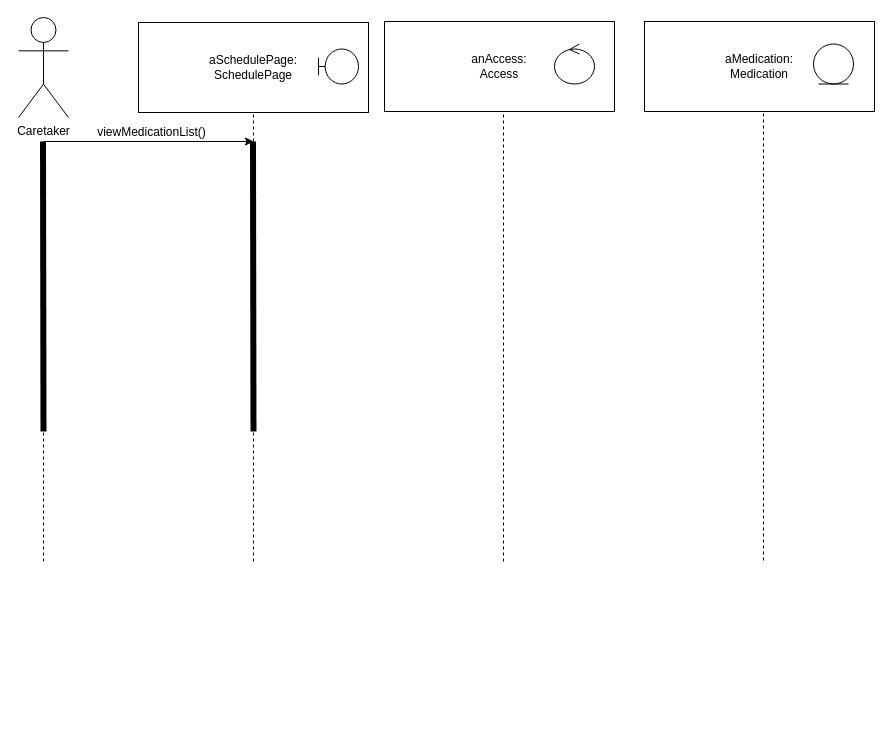
justn0thinghere/drawio keeps this draw.io diagram as wia2002tuto6q6.drawio. Above is the earlier version. Source tidied: cells renumbered, new cells numbered last; positions are measured from the earlier drawing's top-left corner, leaving out a move shared by most shapes. Both pictures are drawn from the tidied source at 100%, with x=0, y=0 at pixel (18, 17).
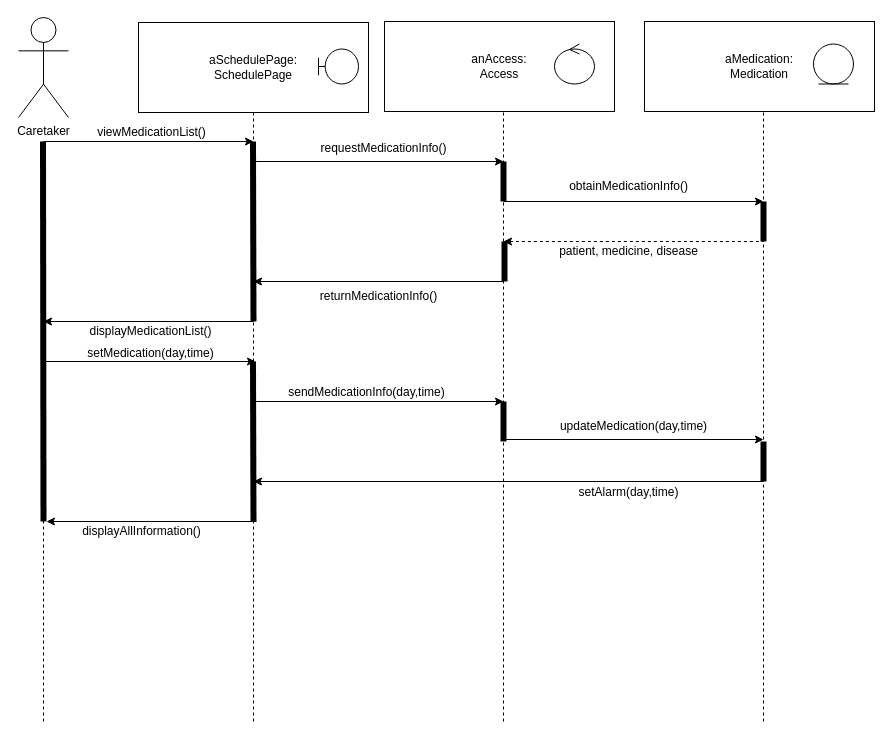
After the change.

Unchanged cells that the change refers to:
```xml
<mxCell id="2" value="aSchedulePage:&lt;div&gt;SchedulePage&lt;/div&gt;" style="html=1;whiteSpace=wrap;" parent="1" vertex="1">
  <mxGeometry x="120" y="5" width="230" height="90" as="geometry" />
</mxCell>
```

What changed in the source:
```diff
@@
     <mxCell id="9" style="endArrow=none;html=1;rounded=0;dashed=1;" parent="1" edge="1">
       <mxGeometry relative="1" as="geometry">
-        <mxPoint x="25" y="544" as="sourcePoint" />
+        <mxPoint x="25" y="704" as="sourcePoint" />
         <mxPoint x="25" y="124" as="targetPoint" />
       </mxGeometry>
     </mxCell>
     <mxCell id="10" style="endArrow=none;html=1;rounded=0;dashed=1;entryX=0.5;entryY=1;entryDx=0;entryDy=0;" parent="1" edge="1" target="2">
       <mxGeometry relative="1" as="geometry">
-        <mxPoint x="235" y="544" as="sourcePoint" />
+        <mxPoint x="235" y="704" as="sourcePoint" />
       </mxGeometry>
     </mxCell>
     <mxCell id="11" style="endArrow=none;html=1;rounded=0;dashed=1;entryX=0.5;entryY=1;entryDx=0;entryDy=0;" parent="1" edge="1">
       <mxGeometry relative="1" as="geometry">
-        <mxPoint x="485" y="544" as="sourcePoint" />
+        <mxPoint x="485" y="704" as="sourcePoint" />
         <mxPoint x="485" y="95" as="targetPoint" />
       </mxGeometry>
     </mxCell>
     <mxCell id="12" style="endArrow=none;html=1;rounded=0;dashed=1;entryX=0.5;entryY=1;entryDx=0;entryDy=0;" parent="1" edge="1">
       <mxGeometry relative="1" as="geometry">
-        <mxPoint x="745" y="543" as="sourcePoint" />
+        <mxPoint x="745" y="704" as="sourcePoint" />
         <mxPoint x="745" y="94" as="targetPoint" />
       </mxGeometry>
     </mxCell>
     <mxCell id="13" style="endArrow=none;html=1;rounded=0;strokeWidth=6;" parent="1" edge="1">
       <mxGeometry relative="1" as="geometry">
-        <mxPoint x="25" y="414" as="sourcePoint" />
+        <mxPoint x="25" y="504" as="sourcePoint" />
         <mxPoint x="24.5" y="124" as="targetPoint" />
       </mxGeometry>
     </mxCell>
     <mxCell id="14" style="endArrow=none;html=1;rounded=0;strokeWidth=6;" parent="1" edge="1">
       <mxGeometry relative="1" as="geometry">
-        <mxPoint x="235" y="414" as="sourcePoint" />
+        <mxPoint x="235" y="304" as="sourcePoint" />
         <mxPoint x="234.5" y="124" as="targetPoint" />
       </mxGeometry>
     </mxCell>
@@
+    <mxCell id="17" style="endArrow=none;html=1;rounded=0;strokeWidth=6;" parent="1" edge="1">
+      <mxGeometry relative="1" as="geometry">
+        <mxPoint x="485" y="184" as="sourcePoint" />
+        <mxPoint x="485" y="144" as="targetPoint" />
+      </mxGeometry>
+    </mxCell>
+    <mxCell id="18" style="endArrow=classic;html=1;rounded=0;" parent="1" edge="1">
+      <mxGeometry relative="1" as="geometry">
+        <mxPoint x="235" y="144" as="sourcePoint" />
+        <mxPoint x="485" y="144" as="targetPoint" />
+      </mxGeometry>
+    </mxCell>
+    <mxCell id="19" value="requestMedicationInfo()" style="text;html=1;align=center;verticalAlign=middle;strokeColor=none;fillColor=none;" parent="1" vertex="1">
+      <mxGeometry x="290" y="116" width="150" height="30" as="geometry" />
+    </mxCell>
+    <mxCell id="20" value="obtainMedicationInfo()" style="text;html=1;align=center;verticalAlign=middle;strokeColor=none;fillColor=none;" parent="1" vertex="1">
+      <mxGeometry x="540" y="154" width="140" height="30" as="geometry" />
+    </mxCell>
+    <mxCell id="21" style="endArrow=none;html=1;rounded=0;strokeWidth=6;" parent="1" edge="1">
+      <mxGeometry relative="1" as="geometry">
+        <mxPoint x="745" y="224" as="sourcePoint" />
+        <mxPoint x="745" y="184" as="targetPoint" />
+      </mxGeometry>
+    </mxCell>
+    <mxCell id="22" style="endArrow=classic;html=1;rounded=0;" parent="1" edge="1">
+      <mxGeometry relative="1" as="geometry">
+        <mxPoint x="485" y="184" as="sourcePoint" />
+        <mxPoint x="745" y="184" as="targetPoint" />
+      </mxGeometry>
+    </mxCell>
+    <mxCell id="23" style="endArrow=none;html=1;rounded=0;strokeWidth=6;" parent="1" edge="1">
+      <mxGeometry relative="1" as="geometry">
+        <mxPoint x="486" y="264" as="sourcePoint" />
+        <mxPoint x="486" y="224" as="targetPoint" />
+      </mxGeometry>
+    </mxCell>
+    <mxCell id="24" style="endArrow=none;html=1;rounded=0;endFill=0;startArrow=classic;startFill=1;dashed=1;" parent="1" edge="1">
+      <mxGeometry relative="1" as="geometry">
+        <mxPoint x="485" y="224" as="sourcePoint" />
+        <mxPoint x="745" y="224" as="targetPoint" />
+      </mxGeometry>
+    </mxCell>
+    <mxCell id="25" value="patient, medicine, disease" style="text;html=1;align=center;verticalAlign=middle;strokeColor=none;fillColor=none;" parent="1" vertex="1">
+      <mxGeometry x="530" y="219" width="160" height="30" as="geometry" />
+    </mxCell>
+    <mxCell id="26" style="endArrow=none;html=1;rounded=0;endFill=0;startArrow=classic;startFill=1;" parent="1" edge="1">
+      <mxGeometry relative="1" as="geometry">
+        <mxPoint x="235" y="264" as="sourcePoint" />
+        <mxPoint x="485" y="264" as="targetPoint" />
+      </mxGeometry>
+    </mxCell>
+    <mxCell id="27" value="returnMedicationInfo()" style="text;html=1;align=center;verticalAlign=middle;strokeColor=none;fillColor=none;" parent="1" vertex="1">
+      <mxGeometry x="290" y="264" width="140" height="30" as="geometry" />
+    </mxCell>
+    <mxCell id="28" style="endArrow=none;html=1;rounded=0;endFill=0;startArrow=classic;startFill=1;" parent="1" edge="1">
+      <mxGeometry relative="1" as="geometry">
+        <mxPoint x="25" y="304" as="sourcePoint" />
+        <mxPoint x="235" y="304" as="targetPoint" />
+      </mxGeometry>
+    </mxCell>
+    <mxCell id="29" value="displayMedicationList()" style="text;html=1;align=center;verticalAlign=middle;strokeColor=none;fillColor=none;" parent="1" vertex="1">
+      <mxGeometry x="57" y="299" width="150" height="30" as="geometry" />
+    </mxCell>
+    <mxCell id="30" style="endArrow=none;html=1;rounded=0;strokeWidth=6;" parent="1" edge="1">
+      <mxGeometry relative="1" as="geometry">
+        <mxPoint x="235" y="504" as="sourcePoint" />
+        <mxPoint x="234.5" y="344" as="targetPoint" />
+      </mxGeometry>
+    </mxCell>
+    <mxCell id="31" style="endArrow=classic;html=1;rounded=0;" parent="1" edge="1">
+      <mxGeometry relative="1" as="geometry">
+        <mxPoint x="27" y="344" as="sourcePoint" />
+        <mxPoint x="237" y="344" as="targetPoint" />
+      </mxGeometry>
+    </mxCell>
+    <mxCell id="32" value="setMedication(day,time)" style="text;html=1;align=center;verticalAlign=middle;strokeColor=none;fillColor=none;" parent="1" vertex="1">
+      <mxGeometry x="57" y="321" width="150" height="30" as="geometry" />
+    </mxCell>
+    <mxCell id="33" style="endArrow=none;html=1;rounded=0;strokeWidth=6;" parent="1" edge="1">
+      <mxGeometry relative="1" as="geometry">
+        <mxPoint x="485" y="424" as="sourcePoint" />
+        <mxPoint x="485" y="384" as="targetPoint" />
+      </mxGeometry>
+    </mxCell>
+    <mxCell id="34" style="endArrow=classic;html=1;rounded=0;" parent="1" edge="1">
+      <mxGeometry relative="1" as="geometry">
+        <mxPoint x="235" y="384" as="sourcePoint" />
+        <mxPoint x="485" y="384" as="targetPoint" />
+      </mxGeometry>
+    </mxCell>
+    <mxCell id="35" value="sendMedicationInfo(day,time)" style="text;html=1;align=center;verticalAlign=middle;strokeColor=none;fillColor=none;" parent="1" vertex="1">
+      <mxGeometry x="258" y="360" width="180" height="30" as="geometry" />
+    </mxCell>
+    <mxCell id="36" style="endArrow=classic;html=1;rounded=0;" parent="1" edge="1">
+      <mxGeometry relative="1" as="geometry">
+        <mxPoint x="485" y="422" as="sourcePoint" />
+        <mxPoint x="745" y="422" as="targetPoint" />
+      </mxGeometry>
+    </mxCell>
+    <mxCell id="37" value="updateMedication(day,time)" style="text;html=1;align=center;verticalAlign=middle;strokeColor=none;fillColor=none;" parent="1" vertex="1">
+      <mxGeometry x="530" y="394" width="170" height="30" as="geometry" />
+    </mxCell>
+    <mxCell id="38" style="endArrow=none;html=1;rounded=0;strokeWidth=6;" parent="1" edge="1">
+      <mxGeometry relative="1" as="geometry">
+        <mxPoint x="745" y="464" as="sourcePoint" />
+        <mxPoint x="745" y="424" as="targetPoint" />
+      </mxGeometry>
+    </mxCell>
+    <mxCell id="39" value="setAlarm(day,time)" style="text;html=1;align=center;verticalAlign=middle;strokeColor=none;fillColor=none;" parent="1" vertex="1">
+      <mxGeometry x="550" y="460" width="120" height="30" as="geometry" />
+    </mxCell>
+    <mxCell id="40" style="endArrow=classic;html=1;rounded=0;" parent="1" edge="1">
+      <mxGeometry relative="1" as="geometry">
+        <mxPoint x="745" y="464" as="sourcePoint" />
+        <mxPoint x="235" y="464" as="targetPoint" />
+      </mxGeometry>
+    </mxCell>
+    <mxCell id="41" style="endArrow=none;html=1;rounded=0;startArrow=classic;startFill=1;endFill=0;" parent="1" edge="1">
+      <mxGeometry relative="1" as="geometry">
+        <mxPoint x="28" y="504" as="sourcePoint" />
+        <mxPoint x="238" y="504" as="targetPoint" />
+      </mxGeometry>
+    </mxCell>
+    <mxCell id="42" value="displayAllInformation()" style="text;html=1;align=center;verticalAlign=middle;strokeColor=none;fillColor=none;" parent="1" vertex="1">
+      <mxGeometry x="53" y="499" width="140" height="30" as="geometry" />
+    </mxCell>
```
